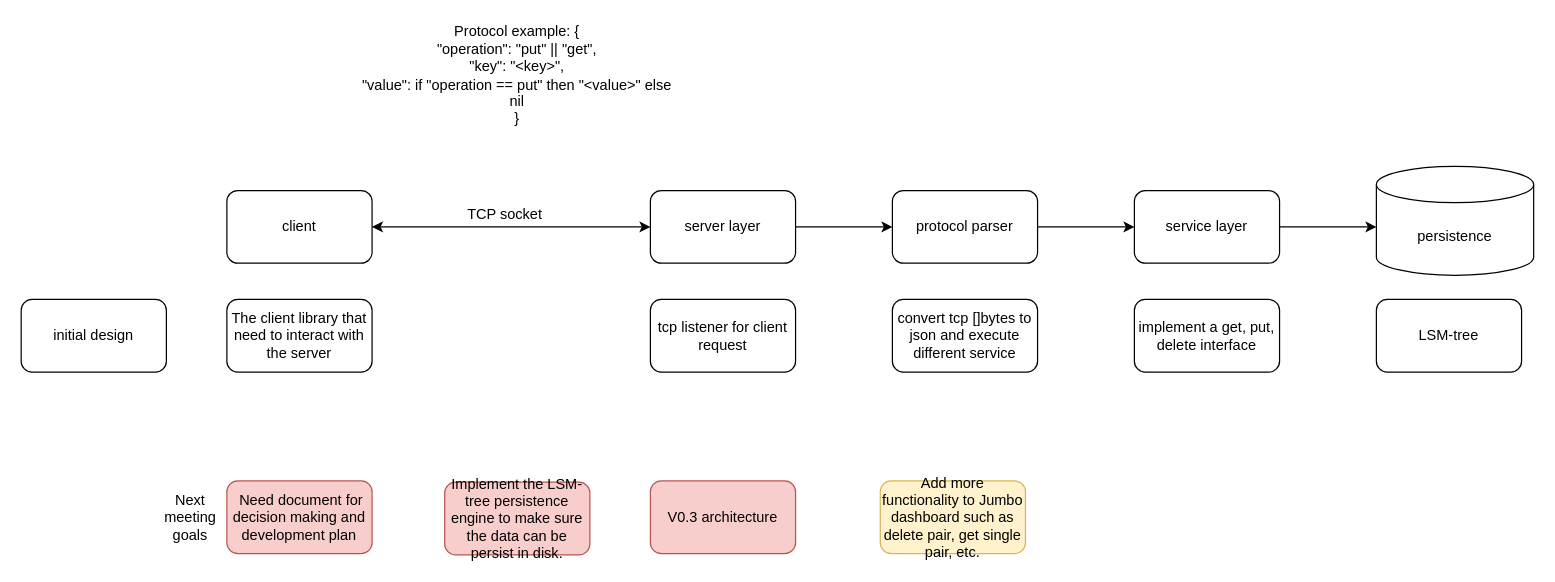
Shihao-Zhong/JumboDB keeps this draw.io diagram as design/V0.2.drawio. Above is the earlier version. Source tidied: cells renumbered, new cells numbered last; positions are measured from the earlier drawing's top-left corner, leaving out a move shared by most shapes. Both pictures are drawn from the tidied source at 121%, with x=0, y=0 at pixel (21, 21).
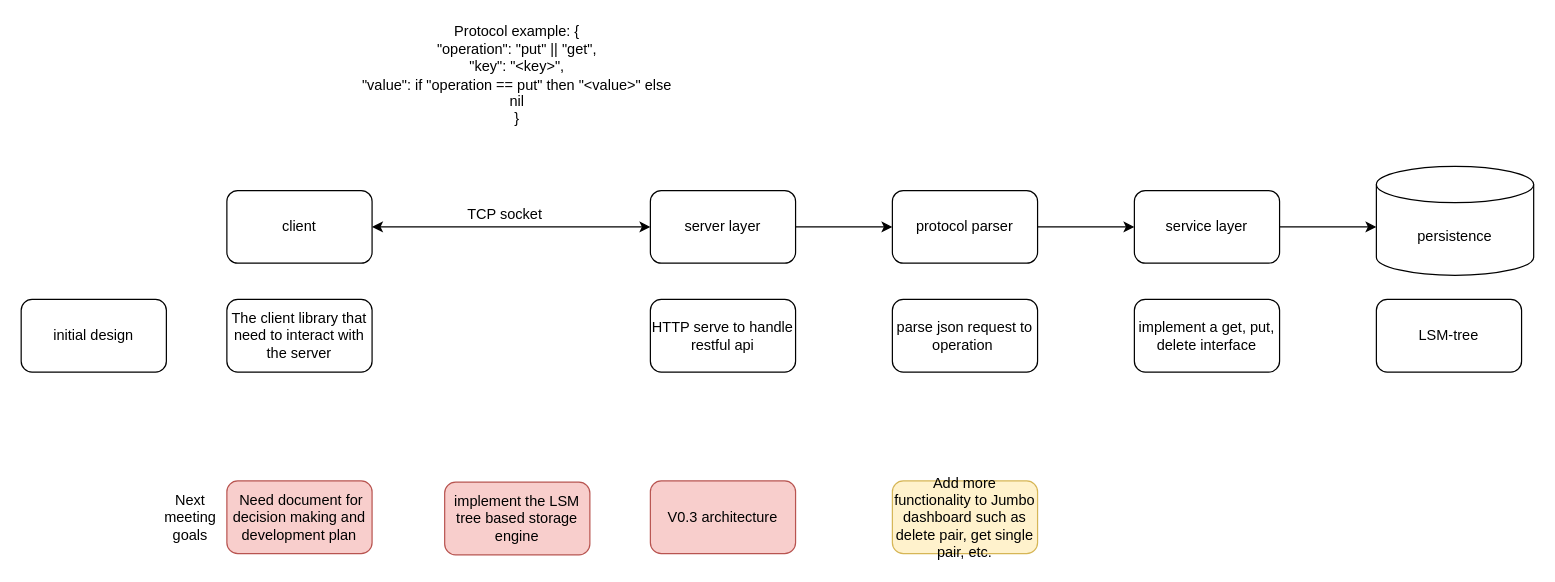
Above is the later version.

Change to the diagram source:
```diff
@@
-    <mxCell id="13" value="tcp listener for client request" style="rounded=1;whiteSpace=wrap;html=1;" parent="1" vertex="1">
+    <mxCell id="13" value="HTTP serve to handle restful api" style="rounded=1;whiteSpace=wrap;html=1;" parent="1" vertex="1">
       <mxGeometry x="520" y="230" width="120" height="60" as="geometry" />
     </mxCell>
-    <mxCell id="14" value="convert tcp []bytes to json and execute different service" style="rounded=1;whiteSpace=wrap;html=1;" parent="1" vertex="1">
+    <mxCell id="14" value="parse json request to operation&amp;nbsp;" style="rounded=1;whiteSpace=wrap;html=1;" parent="1" vertex="1">
       <mxGeometry x="720" y="230" width="120" height="60" as="geometry" />
     </mxCell>
@@
-    <mxCell id="19" value="Implement the LSM-tree persistence engine to make sure the data can be persist in disk." style="rounded=1;whiteSpace=wrap;html=1;fillColor=#f8cecc;strokeColor=#b85450;" parent="1" vertex="1">
+    <mxCell id="19" value="implement the LSM tree based storage engine" style="rounded=1;whiteSpace=wrap;html=1;fillColor=#f8cecc;strokeColor=#b85450;" parent="1" vertex="1">
       <mxGeometry x="350" y="381" width="120" height="60" as="geometry" />
     </mxCell>
     <mxCell id="20" value="Add more functionality to Jumbo dashboard such as delete pair, get single pair, etc." style="rounded=1;whiteSpace=wrap;html=1;fillColor=#fff2cc;strokeColor=#d6b656;" parent="1" vertex="1">
-      <mxGeometry x="710" y="380" width="120" height="60" as="geometry" />
+      <mxGeometry x="720" y="380" width="120" height="60" as="geometry" />
     </mxCell>
```
